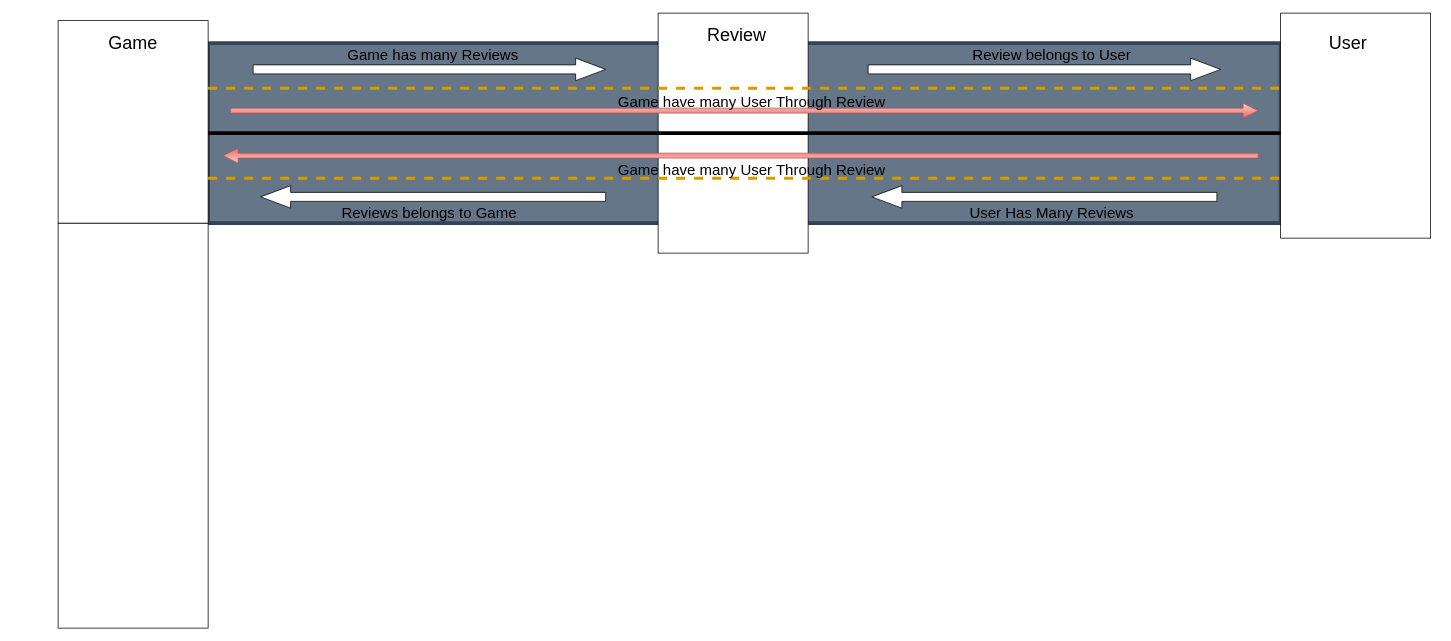
This is Untitled Diagram.drawio from Xiaohei2021/project-3-rails, a draw.io file, before an edit. Source tidied: cells renumbered, new cells numbered last; positions are measured from the earlier drawing's top-left corner, leaving out a move shared by most shapes. Both pictures are drawn from the tidied source at 75%, with x=0, y=0 at pixel (58, 13).
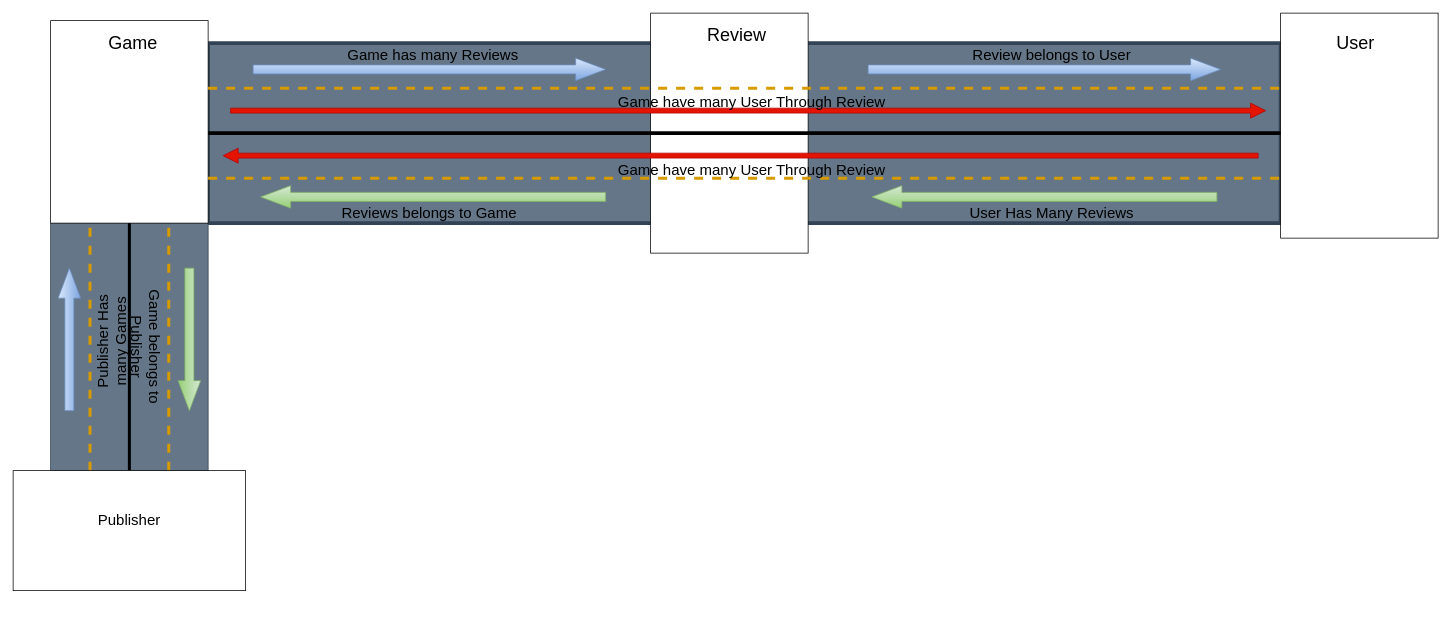
The same page after the edit.

Commit message:
fully drawn relationship

The change refers to these unchanged cells:
```xml
<mxCell id="2" style="rounded=0;whiteSpace=wrap;html=1;strokeWidth=5;fillColor=#647687;strokeColor=#314354;fontColor=#ffffff;" parent="1" vertex="1">
  <mxGeometry x="200" y="40" width="1430" height="240" as="geometry" />
</mxCell>
```

What changed in the source:
```diff
@@
-    <mxCell id="3" style="rounded=0;whiteSpace=wrap;html=1;" parent="1" vertex="1">
-      <mxGeometry y="280" width="200" height="540" as="geometry" />
+    <mxCell id="3" style="rounded=0;whiteSpace=wrap;html=1;fillColor=#647687;strokeColor=#314354;fontColor=#ffffff;" parent="1" vertex="1">
+      <mxGeometry x="-10" y="280" width="210" height="330" as="geometry" />
     </mxCell>
     <mxCell id="4" style="rounded=0;whiteSpace=wrap;html=1;" parent="1" vertex="1">
-      <mxGeometry x="800" width="200" height="320" as="geometry" />
+      <mxGeometry x="790" width="210" height="320" as="geometry" />
     </mxCell>
     <mxCell id="5" style="rounded=0;whiteSpace=wrap;html=1;" parent="1" vertex="1">
-      <mxGeometry y="10" width="200" height="270" as="geometry" />
+      <mxGeometry x="-10" y="10" width="210" height="270" as="geometry" />
     </mxCell>
     <mxCell id="6" style="rounded=0;whiteSpace=wrap;html=1;" parent="1" vertex="1">
-      <mxGeometry x="1630" width="200" height="300" as="geometry" />
+      <mxGeometry x="1630" width="210" height="300" as="geometry" />
     </mxCell>
@@
     <mxCell id="8" value="User" style="text;html=1;strokeColor=none;fillColor=none;align=center;verticalAlign=middle;whiteSpace=wrap;rounded=0;fontSize=24;" parent="1" vertex="1">
-      <mxGeometry x="1650" y="10" width="140" height="60" as="geometry" />
+      <mxGeometry x="1660" y="10" width="140" height="60" as="geometry" />
     </mxCell>
-    <mxCell id="9" style="html=1;shadow=0;dashed=0;align=center;verticalAlign=middle;shape=mxgraph.arrows2.arrow;dy=0.6;dx=40;notch=0;" parent="1" vertex="1">
+    <mxCell id="9" style="html=1;shadow=0;dashed=0;align=center;verticalAlign=middle;shape=mxgraph.arrows2.arrow;dy=0.6;dx=40;notch=0;gradientColor=#7ea6e0;fillColor=#dae8fc;strokeColor=#6c8ebf;" parent="1" vertex="1">
       <mxGeometry x="260" y="60" width="470" height="30" as="geometry" />
     </mxCell>
-    <mxCell id="10" style="html=1;shadow=0;dashed=0;align=center;verticalAlign=middle;shape=mxgraph.arrows2.arrow;dy=0.6;dx=40;notch=0;" parent="1" vertex="1">
+    <mxCell id="10" style="html=1;shadow=0;dashed=0;align=center;verticalAlign=middle;shape=mxgraph.arrows2.arrow;dy=0.6;dx=40;notch=0;gradientColor=#7ea6e0;fillColor=#dae8fc;strokeColor=#6c8ebf;" parent="1" vertex="1">
       <mxGeometry x="1080" y="60" width="470" height="30" as="geometry" />
     </mxCell>
-    <mxCell id="11" style="html=1;shadow=0;dashed=0;align=center;verticalAlign=middle;shape=mxgraph.arrows2.arrow;dy=0.6;dx=40;flipH=1;notch=0;" parent="1" vertex="1">
+    <mxCell id="11" style="html=1;shadow=0;dashed=0;align=center;verticalAlign=middle;shape=mxgraph.arrows2.arrow;dy=0.6;dx=40;flipH=1;notch=0;gradientColor=#97d077;fillColor=#d5e8d4;strokeColor=#82b366;" parent="1" vertex="1">
       <mxGeometry x="270" y="230" width="460" height="30" as="geometry" />
     </mxCell>
-    <mxCell id="12" style="html=1;shadow=0;dashed=0;align=center;verticalAlign=middle;shape=mxgraph.arrows2.arrow;dy=0.6;dx=40;flipH=1;notch=0;" parent="1" vertex="1">
+    <mxCell id="12" style="html=1;shadow=0;dashed=0;align=center;verticalAlign=middle;shape=mxgraph.arrows2.arrow;dy=0.6;dx=40;flipH=1;notch=0;gradientColor=#97d077;fillColor=#d5e8d4;strokeColor=#82b366;" parent="1" vertex="1">
       <mxGeometry x="1085" y="230" width="460" height="30" as="geometry" />
     </mxCell>
-    <mxCell id="13" style="html=1;shadow=0;dashed=0;align=center;verticalAlign=middle;shape=mxgraph.arrows2.arrow;dy=0.67;dx=20;notch=0;fillColor=#f8cecc;strokeColor=#b85450;gradientColor=#ea6b66;" parent="1" vertex="1">
-      <mxGeometry x="230" y="120" width="1370" height="20" as="geometry" />
+    <mxCell id="13" style="html=1;shadow=0;dashed=0;align=center;verticalAlign=middle;shape=mxgraph.arrows2.arrow;dy=0.67;dx=20;notch=0;fillColor=#e51400;strokeColor=#B20000;fontColor=#ffffff;" parent="1" vertex="1">
+      <mxGeometry x="230" y="120" width="1380" height="20" as="geometry" />
     </mxCell>
-    <mxCell id="14" style="html=1;shadow=0;dashed=0;align=center;verticalAlign=middle;shape=mxgraph.arrows2.arrow;dy=0.67;dx=20;notch=0;direction=west;gradientColor=#ea6b66;fillColor=#f8cecc;strokeColor=#b85450;" parent="1" vertex="1">
+    <mxCell id="14" style="html=1;shadow=0;dashed=0;align=center;verticalAlign=middle;shape=mxgraph.arrows2.arrow;dy=0.67;dx=20;notch=0;direction=west;fillColor=#e51400;strokeColor=#B20000;fontColor=#ffffff;" parent="1" vertex="1">
       <mxGeometry x="220" y="180" width="1380" height="20" as="geometry" />
     </mxCell>
@@
-    <mxCell id="17" style="endArrow=none;dashed=1;html=1;exitX=0;exitY=0.25;exitDx=0;exitDy=0;entryX=1;entryY=0.25;entryDx=0;entryDy=0;fillColor=#ffcd28;strokeColor=#d79b00;gradientColor=#ffa500;strokeWidth=4;" parent="1" edge="1" source="2" target="2">
+    <mxCell id="17" style="endArrow=none;dashed=1;html=1;exitX=0;exitY=0.25;exitDx=0;exitDy=0;entryX=1;entryY=0.25;entryDx=0;entryDy=0;fillColor=#ffcd28;strokeColor=#d79b00;strokeWidth=4;gradientColor=#ffa500;" parent="1" edge="1" source="2" target="2">
       <mxGeometry relative="1" as="geometry" />
     </mxCell>
@@
+    <mxCell id="25" style="endArrow=none;html=1;fontSize=20;strokeWidth=4;entryX=0.5;entryY=1;entryDx=0;entryDy=0;exitX=0.5;exitY=1;exitDx=0;exitDy=0;" parent="1" edge="1" source="3" target="5">
+      <mxGeometry relative="1" as="geometry" />
+    </mxCell>
+    <mxCell id="26" style="endArrow=none;dashed=1;html=1;fontSize=20;strokeWidth=4;entryX=0.25;entryY=1;entryDx=0;entryDy=0;exitX=0.25;exitY=1;exitDx=0;exitDy=0;fillColor=#ffcd28;strokeColor=#d79b00;gradientColor=#ffa500;" parent="1" edge="1" source="3" target="5">
+      <mxGeometry relative="1" as="geometry" />
+    </mxCell>
+    <mxCell id="27" style="endArrow=none;dashed=1;html=1;fontSize=20;strokeWidth=4;entryX=0.75;entryY=0;entryDx=0;entryDy=0;exitX=0.75;exitY=1;exitDx=0;exitDy=0;gradientColor=#ffa500;fillColor=#ffcd28;strokeColor=#d79b00;" parent="1" edge="1" source="3" target="3">
+      <mxGeometry relative="1" as="geometry" />
+    </mxCell>
+    <mxCell id="28" style="rounded=0;whiteSpace=wrap;html=1;fontSize=12;strokeWidth=1;" parent="1" vertex="1">
+      <mxGeometry x="-60" y="610" width="310" height="160" as="geometry" />
+    </mxCell>
+    <mxCell id="29" style="html=1;shadow=0;dashed=0;align=center;verticalAlign=middle;shape=mxgraph.arrows2.arrow;dy=0.6;dx=40;direction=north;notch=0;fontSize=12;strokeWidth=1;gradientColor=#7ea6e0;fillColor=#dae8fc;strokeColor=#6c8ebf;" parent="1" vertex="1">
+      <mxGeometry y="340" width="30" height="190" as="geometry" />
+    </mxCell>
+    <mxCell id="30" style="html=1;shadow=0;dashed=0;align=center;verticalAlign=middle;shape=mxgraph.arrows2.arrow;dy=0.6;dx=40;direction=south;notch=0;fontSize=12;strokeWidth=1;gradientColor=#97d077;fillColor=#d5e8d4;strokeColor=#82b366;" parent="1" vertex="1">
+      <mxGeometry x="160" y="340" width="30" height="190" as="geometry" />
+    </mxCell>
+    <mxCell id="31" value="Publisher" style="text;html=1;strokeColor=none;fillColor=none;align=center;verticalAlign=middle;whiteSpace=wrap;rounded=0;fontSize=20;" parent="1" vertex="1">
+      <mxGeometry x="15" y="640" width="160" height="70" as="geometry" />
+    </mxCell>
+    <mxCell id="32" value="Publisher Has many Games" style="text;html=1;strokeColor=none;fillColor=none;align=center;verticalAlign=middle;whiteSpace=wrap;rounded=0;fontSize=20;rotation=270;" parent="1" vertex="1">
+      <mxGeometry x="-16.9" y="415.6" width="175" height="43.8" as="geometry" />
+    </mxCell>
+    <mxCell id="33" value="Game belongs to Publisher" style="text;html=1;strokeColor=none;fillColor=none;align=center;verticalAlign=middle;whiteSpace=wrap;rounded=0;fontSize=20;rotation=90;" parent="1" vertex="1">
+      <mxGeometry x="30" y="423.1" width="175" height="43.8" as="geometry" />
+    </mxCell>
```
